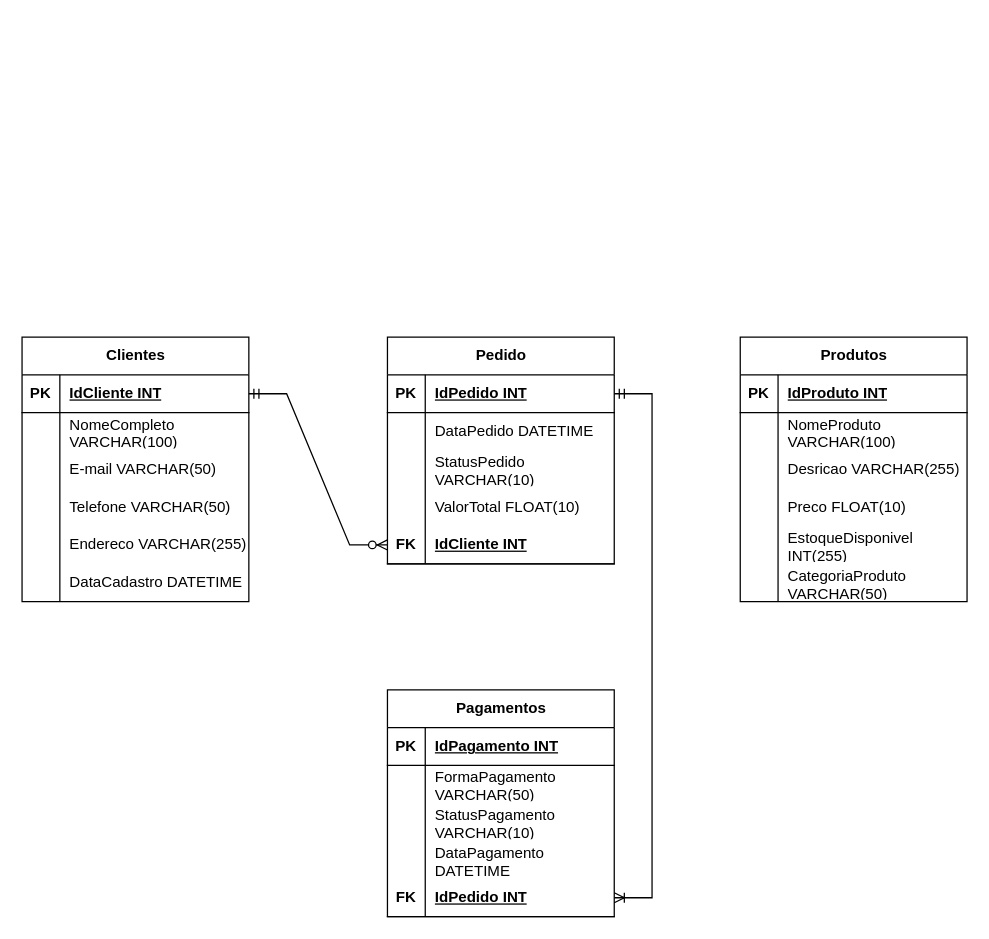
Above: page "Modelo Físico" (3 of 3) of DrawIO/ProjetoEComerce(1).drawio in Alcides-Never/ProjetoClinicaMedica (draw.io), before the change. Source tidied: cells renumbered, new cells numbered last; positions are measured from the earlier drawing's top-left corner, leaving out a move shared by most shapes. Both pictures are drawn from the tidied source at 126%, with x=0, y=0 at pixel (21, 336).
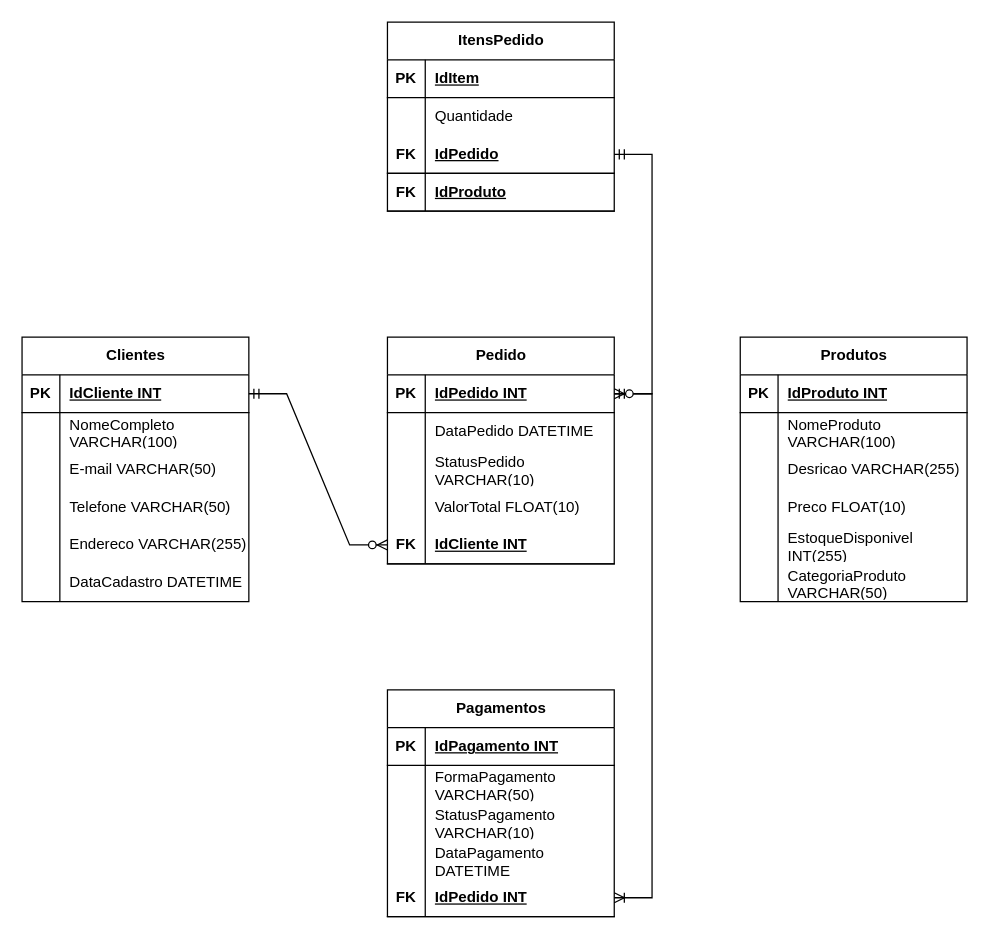
The same page after the edit.

The change refers to these unchanged cells:
```xml
<mxCell id="23" style="shape=tableRow;horizontal=0;startSize=0;swimlaneHead=0;swimlaneBody=0;fillColor=none;points=[[0,0.5],[1,0.5]];portConstraint=eastwest;top=0;left=0;right=0;bottom=1;" parent="22" vertex="1">
  <mxGeometry y="30" width="180" height="30" as="geometry" />
</mxCell>
```

The edit, as a diff of the source:
```diff
@@
+    <mxCell id="74" value="ItensPedido" style="shape=table;startSize=30;childLayout=tableLayout;rowLines=0;fontStyle=1;align=center;html=1;" parent="1" vertex="1">
+      <mxGeometry x="290" y="-250" width="180" height="150" as="geometry" />
+    </mxCell>
+    <mxCell id="75" style="shape=tableRow;horizontal=0;startSize=0;swimlaneHead=0;swimlaneBody=0;fillColor=none;top=0;left=0;right=0;bottom=1;" parent="74" vertex="1">
+      <mxGeometry y="30" width="180" height="30" as="geometry" />
+    </mxCell>
+    <mxCell id="76" value="PK" style="shape=partialRectangle;fillColor=none;top=0;left=0;bottom=0;right=0;fontStyle=1;overflow=hidden;whiteSpace=wrap;html=1;" parent="75" vertex="1">
+      <mxGeometry width="30" height="30" as="geometry" />
+    </mxCell>
+    <mxCell id="77" value="IdItem" style="shape=partialRectangle;fillColor=none;top=0;left=0;bottom=0;right=0;align=left;spacingLeft=6;fontStyle=5;overflow=hidden;whiteSpace=wrap;html=1;" parent="75" vertex="1">
+      <mxGeometry x="30" width="150" height="30" as="geometry" />
+    </mxCell>
+    <mxCell id="78" style="shape=tableRow;horizontal=0;startSize=0;swimlaneHead=0;swimlaneBody=0;fillColor=none;top=0;left=0;right=0;bottom=0;" parent="74" vertex="1">
+      <mxGeometry y="60" width="180" height="30" as="geometry" />
+    </mxCell>
+    <mxCell id="79" style="shape=partialRectangle;fillColor=none;top=0;left=0;bottom=0;right=0;overflow=hidden;whiteSpace=wrap;html=1;" parent="78" vertex="1">
+      <mxGeometry width="30" height="30" as="geometry" />
+    </mxCell>
+    <mxCell id="80" value="Quantidade" style="shape=partialRectangle;fillColor=none;top=0;left=0;bottom=0;right=0;align=left;spacingLeft=6;overflow=hidden;whiteSpace=wrap;html=1;" parent="78" vertex="1">
+      <mxGeometry x="30" width="150" height="30" as="geometry" />
+    </mxCell>
+    <mxCell id="81" style="shape=tableRow;horizontal=0;startSize=0;swimlaneHead=0;swimlaneBody=0;fillColor=none;points=[[0,0.5],[1,0.5]];portConstraint=eastwest;top=0;left=0;right=0;bottom=1;" parent="74" vertex="1">
+      <mxGeometry y="90" width="180" height="30" as="geometry" />
+    </mxCell>
+    <mxCell id="82" value="FK" style="shape=partialRectangle;fillColor=none;top=0;left=0;bottom=0;right=0;fontStyle=1;overflow=hidden;whiteSpace=wrap;html=1;" parent="81" vertex="1">
+      <mxGeometry width="30" height="30" as="geometry" />
+    </mxCell>
+    <mxCell id="83" value="IdPedido" style="shape=partialRectangle;fillColor=none;top=0;left=0;bottom=0;right=0;align=left;spacingLeft=6;fontStyle=5;overflow=hidden;whiteSpace=wrap;html=1;" parent="81" vertex="1">
+      <mxGeometry x="30" width="150" height="30" as="geometry" />
+    </mxCell>
+    <mxCell id="84" style="shape=tableRow;horizontal=0;startSize=0;swimlaneHead=0;swimlaneBody=0;fillColor=none;top=0;left=0;right=0;bottom=1;" parent="74" vertex="1">
+      <mxGeometry y="120" width="180" height="30" as="geometry" />
+    </mxCell>
+    <mxCell id="85" value="FK" style="shape=partialRectangle;fillColor=none;top=0;left=0;bottom=0;right=0;fontStyle=1;overflow=hidden;whiteSpace=wrap;html=1;" parent="84" vertex="1">
+      <mxGeometry width="30" height="30" as="geometry" />
+    </mxCell>
+    <mxCell id="86" value="IdProduto" style="shape=partialRectangle;fillColor=none;top=0;left=0;bottom=0;right=0;align=left;spacingLeft=6;fontStyle=5;overflow=hidden;whiteSpace=wrap;html=1;" parent="84" vertex="1">
+      <mxGeometry x="30" width="150" height="30" as="geometry" />
+    </mxCell>
+    <mxCell id="87" style="edgeStyle=entityRelationEdgeStyle;fontSize=12;html=1;endArrow=ERzeroToMany;startArrow=ERmandOne;rounded=0;entryX=1;entryY=0.5;entryDx=0;entryDy=0;exitX=1;exitY=0.5;exitDx=0;exitDy=0;" parent="1" edge="1" source="81" target="23">
+      <mxGeometry relative="1" as="geometry" />
+    </mxCell>
```
